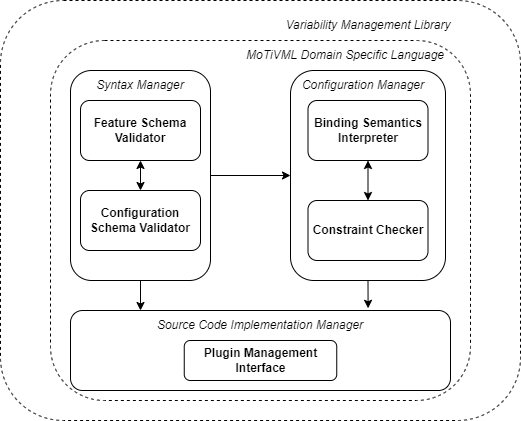
Before: documents/Journal - motivml/diagrams/arch-overview.png, a diagram exported from draw.io (JGyimah/ConTiMo). Source tidied: cells renumbered, new cells last; positions are measured from the earlier drawing's top-left corner, leaving out a move shared by most shapes.
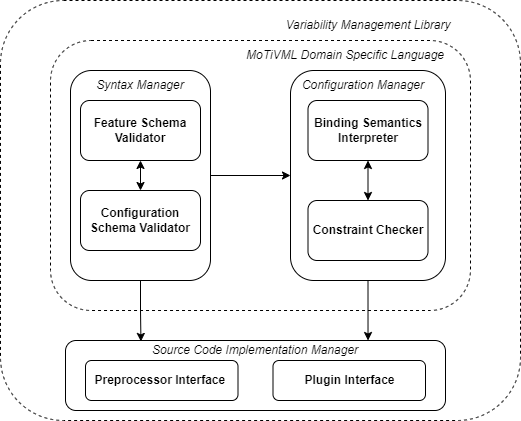
Later version of the same file.

The edit, as a diff of the source:
```diff
@@ -9,7 +9,7 @@
       <mxGeometry x="277.5" y="10" width="180" height="30" as="geometry" />
     </mxCell>
     <mxCell id="4" style="rounded=1;whiteSpace=wrap;html=1;dashed=1;" parent="1" vertex="1">
-      <mxGeometry x="50" y="40" width="420" height="360" as="geometry" />
+      <mxGeometry x="50" y="40" width="420" height="270" as="geometry" />
     </mxCell>
     <mxCell id="5" value="&lt;i&gt;MoTiVML Domain Specific Language&lt;/i&gt;" style="text;html=1;strokeColor=none;fillColor=none;align=center;verticalAlign=middle;whiteSpace=wrap;rounded=0;" parent="1" vertex="1">
       <mxGeometry x="245" y="40" width="200" height="30" as="geometry" />
@@ -18,7 +18,7 @@
       <mxGeometry x="290" y="70" width="155" height="210" as="geometry" />
     </mxCell>
     <mxCell id="7" style="rounded=1;whiteSpace=wrap;html=1;" parent="1" vertex="1">
-      <mxGeometry x="70" y="310" width="380" height="80" as="geometry" />
+      <mxGeometry x="65" y="340" width="380" height="70" as="geometry" />
     </mxCell>
     <mxCell id="8" value="&lt;i&gt;Configuration Manager&lt;/i&gt;" style="text;html=1;strokeColor=none;fillColor=none;align=center;verticalAlign=middle;whiteSpace=wrap;rounded=0;" parent="1" vertex="1">
       <mxGeometry x="297.5" y="70" width="130" height="30" as="geometry" />
@@ -26,6 +26,9 @@
     <mxCell id="9" style="edgeStyle=orthogonalEdgeStyle;rounded=0;jettySize=auto;html=1;entryX=0;entryY=0.5;entryDx=0;entryDy=0;" parent="1" edge="1" source="10" target="6">
       <mxGeometry relative="1" as="geometry" />
     </mxCell>
+    <mxCell id="22" style="edgeStyle=orthogonalEdgeStyle;rounded=0;jettySize=auto;html=1;entryX=0.105;entryY=0.047;entryDx=0;entryDy=0;entryPerimeter=0;" parent="1" edge="1" source="10" target="19">
+      <mxGeometry relative="1" as="geometry" />
+    </mxCell>
     <mxCell id="10" style="rounded=1;whiteSpace=wrap;html=1;" parent="1" vertex="1">
       <mxGeometry x="70" y="70" width="140" height="210" as="geometry" />
     </mxCell>
@@ -50,18 +53,16 @@
     <mxCell id="17" style="endArrow=classic;startArrow=classic;html=1;rounded=0;entryX=0.5;entryY=1;entryDx=0;entryDy=0;exitX=0.5;exitY=0;exitDx=0;exitDy=0;" parent="1" edge="1" source="12" target="13">
       <mxGeometry relative="1" as="geometry" />
     </mxCell>
-    <mxCell id="18" value="&lt;b&gt;Plugin Management Interface&lt;/b&gt;" style="rounded=1;whiteSpace=wrap;html=1;" parent="1" vertex="1">
-      <mxGeometry x="183.8" y="340" width="152.5" height="40" as="geometry" />
+    <mxCell id="18" value="&lt;b&gt;Plugin Interface&lt;/b&gt;" style="rounded=1;whiteSpace=wrap;html=1;" parent="1" vertex="1">
+      <mxGeometry x="272.5" y="360" width="152.5" height="40" as="geometry" />
     </mxCell>
     <mxCell id="19" value="&lt;i&gt;Source Code Implementation Manager&lt;/i&gt;" style="text;html=1;strokeColor=none;fillColor=none;align=center;verticalAlign=middle;whiteSpace=wrap;rounded=0;" parent="1" vertex="1">
-      <mxGeometry x="115" y="310" width="290" height="30" as="geometry" />
+      <mxGeometry x="110" y="340" width="290" height="20" as="geometry" />
     </mxCell>
-    <mxCell id="20" style="endArrow=classic;html=1;rounded=0;exitX=0.5;exitY=1;exitDx=0;exitDy=0;" parent="1" edge="1" source="10">
-      <mxGeometry relative="1" as="geometry">
-        <mxPoint x="140" y="310" as="targetPoint" />
-      </mxGeometry>
-    </mxCell>
+    <mxCell id="23" value="&lt;b&gt;Preprocessor Interface&amp;nbsp;&lt;/b&gt;" style="rounded=1;whiteSpace=wrap;html=1;" parent="1" vertex="1">
+      <mxGeometry x="85" y="360" width="152.5" height="40" as="geometry" />
+    </mxCell>
-    <mxCell id="21" style="endArrow=classic;html=1;rounded=0;exitX=0.5;exitY=1;exitDx=0;exitDy=0;entryX=0.871;entryY=-0.073;entryDx=0;entryDy=0;entryPerimeter=0;" parent="1" edge="1" source="6" target="19">
+    <mxCell id="21" style="endArrow=classic;html=1;rounded=0;exitX=0.5;exitY=1;exitDx=0;exitDy=0;entryX=0.888;entryY=0;entryDx=0;entryDy=0;entryPerimeter=0;" parent="1" edge="1" source="6" target="19">
       <mxGeometry relative="1" as="geometry" />
     </mxCell>
   </root>
```
